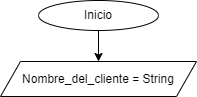
Above: Pagar en una tienda.png in dasamepu/Flujo-de-funciones-para-encapsular-algoritmos (draw.io), before the change. Source tidied: cells renumbered, new cells last; positions are measured from the earlier drawing's top-left corner, leaving out a move shared by most shapes. Its diagram source:
```xml
<mxGraphModel>
  <root>
    <mxCell id="0" />
    <mxCell id="1" parent="0" />
    <mxCell id="2" style="edgeStyle=orthogonalEdgeStyle;rounded=0;jettySize=auto;html=1;" parent="1" edge="1" source="3" target="4">
      <mxGeometry relative="1" as="geometry" />
    </mxCell>
    <mxCell id="3" value="Inicio" style="ellipse;whiteSpace=wrap;html=1;" parent="1" vertex="1">
      <mxGeometry x="38" width="120" height="30" as="geometry" />
    </mxCell>
    <mxCell id="4" value="Nombre_del_cliente = String" style="shape=parallelogram;perimeter=parallelogramPerimeter;whiteSpace=wrap;html=1;fixedSize=1;" parent="1" vertex="1">
      <mxGeometry y="61" width="196" height="35" as="geometry" />
    </mxCell>
  </root>
</mxGraphModel>
```
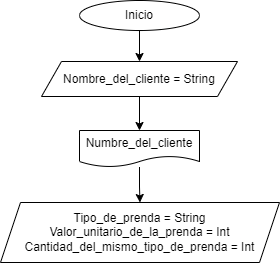
Above is the later version.

Diff of the diagram source:
```diff
@@ -8,8 +8,20 @@
     <mxCell id="3" value="Inicio" style="ellipse;whiteSpace=wrap;html=1;" parent="1" vertex="1">
       <mxGeometry x="38" width="120" height="30" as="geometry" />
     </mxCell>
+    <mxCell id="5" style="edgeStyle=orthogonalEdgeStyle;rounded=0;jettySize=auto;html=1;" parent="1" edge="1" source="4" target="7">
+      <mxGeometry relative="1" as="geometry" />
+    </mxCell>
     <mxCell id="4" value="Nombre_del_cliente = String" style="shape=parallelogram;perimeter=parallelogramPerimeter;whiteSpace=wrap;html=1;fixedSize=1;" parent="1" vertex="1">
       <mxGeometry y="61" width="196" height="35" as="geometry" />
     </mxCell>
+    <mxCell id="6" style="edgeStyle=orthogonalEdgeStyle;rounded=0;jettySize=auto;html=1;" parent="1" edge="1" source="7" target="8">
+      <mxGeometry relative="1" as="geometry" />
+    </mxCell>
+    <mxCell id="7" value="Numbre_del_cliente" style="shape=document;whiteSpace=wrap;html=1;boundedLbl=1;" parent="1" vertex="1">
+      <mxGeometry x="38" y="130" width="120" height="36.5" as="geometry" />
+    </mxCell>
+    <mxCell id="8" value="Tipo_de_prenda = String&lt;br&gt;Valor_unitario_de_la_prenda = Int&lt;br&gt;Cantidad_del_mismo_tipo_de_prenda = Int" style="shape=parallelogram;perimeter=parallelogramPerimeter;whiteSpace=wrap;html=1;fixedSize=1;" parent="1" vertex="1">
+      <mxGeometry x="-41" y="202" width="279" height="60" as="geometry" />
+    </mxCell>
   </root>
 </mxGraphModel>
```
